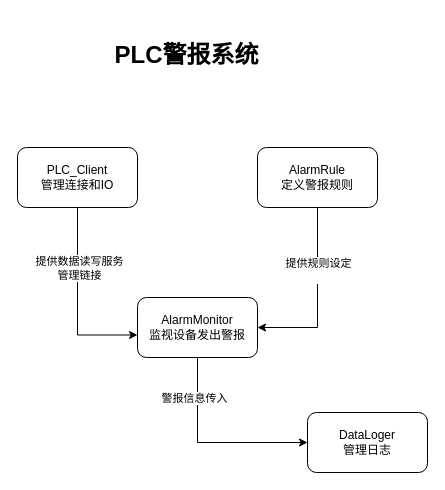
Before: projects/alarmer/alarmer.drawio in codingpanda4396/industrial_Python_Learning, a draw.io diagram. Source tidied: cells renumbered, new cells numbered last; positions are measured from the earlier drawing's top-left corner, leaving out a move shared by most shapes. Both pictures are drawn from the tidied source at 100%, with x=0, y=0 at pixel (17, 17).
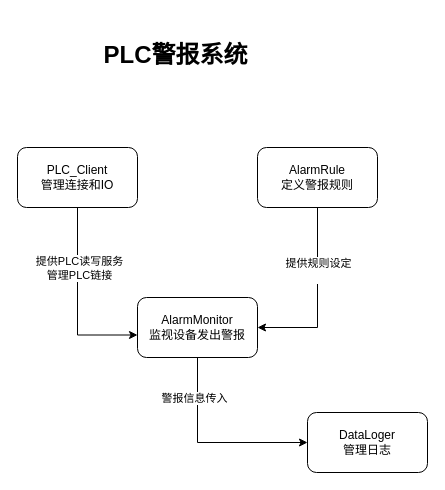
After the change.

The edit, as a diff of the source:
```diff
@@
 <mxGraphModel>
   <root>
     <mxCell id="0" />
     <mxCell id="1" parent="0" />
     <mxCell id="2" value="PLC_Client&lt;div&gt;管理连接和IO&lt;/div&gt;" style="rounded=1;whiteSpace=wrap;html=1;" parent="1" vertex="1">
       <mxGeometry y="130" width="120" height="60" as="geometry" />
     </mxCell>
     <mxCell id="3" value="DataLoger&lt;div&gt;管理日志&lt;/div&gt;" style="rounded=1;whiteSpace=wrap;html=1;" parent="1" vertex="1">
       <mxGeometry x="290" y="395" width="120" height="60" as="geometry" />
     </mxCell>
     <mxCell id="4" style="edgeStyle=orthogonalEdgeStyle;rounded=0;jettySize=auto;html=1;exitX=0.5;exitY=1;exitDx=0;exitDy=0;entryX=0;entryY=0.5;entryDx=0;entryDy=0;" parent="1" edge="1" source="6" target="3">
       <mxGeometry relative="1" as="geometry" />
     </mxCell>
     <mxCell id="5" value="警报信息传入" style="edgeLabel;html=1;align=center;verticalAlign=middle;dashed=1;" parent="4" vertex="1">
       <mxGeometry x="-0.59" y="-4" relative="1" as="geometry" />
     </mxCell>
     <mxCell id="6" value="AlarmMonitor&lt;div&gt;监视设备发出警报&lt;/div&gt;" style="rounded=1;whiteSpace=wrap;html=1;" parent="1" vertex="1">
       <mxGeometry x="120" y="280" width="120" height="60" as="geometry" />
     </mxCell>
     <mxCell id="7" style="edgeStyle=orthogonalEdgeStyle;rounded=0;jettySize=auto;html=1;exitX=0.5;exitY=1;exitDx=0;exitDy=0;entryX=1;entryY=0.5;entryDx=0;entryDy=0;" parent="1" edge="1" source="9" target="6">
       <mxGeometry relative="1" as="geometry" />
     </mxCell>
     <mxCell id="8" value="提供规则设定&lt;div&gt;&lt;br&gt;&lt;/div&gt;" style="edgeLabel;html=1;align=center;verticalAlign=middle;dashed=1;" parent="7" vertex="1">
       <mxGeometry x="-0.31" relative="1" as="geometry" />
     </mxCell>
     <mxCell id="9" value="AlarmRule&lt;div&gt;定义警报规则&lt;/div&gt;" style="rounded=1;whiteSpace=wrap;html=1;" parent="1" vertex="1">
       <mxGeometry x="240" y="130" width="120" height="60" as="geometry" />
     </mxCell>
     <mxCell id="10" style="edgeStyle=orthogonalEdgeStyle;rounded=0;jettySize=auto;html=1;exitX=0.5;exitY=1;exitDx=0;exitDy=0;entryX=0;entryY=0.625;entryDx=0;entryDy=0;entryPerimeter=0;" parent="1" edge="1" source="2" target="6">
       <mxGeometry relative="1" as="geometry" />
     </mxCell>
-    <mxCell id="11" value="提供数据读写服务&lt;div&gt;管理链接&lt;/div&gt;" style="edgeLabel;html=1;align=center;verticalAlign=middle;dashed=1;" parent="10" vertex="1">
+    <mxCell id="11" value="提供PLC读写服务&lt;div&gt;管理PLC链接&lt;/div&gt;" style="edgeLabel;html=1;align=center;verticalAlign=middle;dashed=1;" parent="10" vertex="1">
       <mxGeometry x="-0.36" y="1" relative="1" as="geometry" />
     </mxCell>
     <mxCell id="12" value="&lt;h1&gt;PLC警报系统&lt;/h1&gt;&lt;div&gt;&lt;br&gt;&lt;/div&gt;" style="text;html=1;align=center;verticalAlign=middle;strokeColor=none;fillColor=none;" parent="1" vertex="1">
-      <mxGeometry x="84" width="170" height="90" as="geometry" />
+      <mxGeometry x="73" width="170" height="90" as="geometry" />
     </mxCell>
   </root>
 </mxGraphModel>
```
